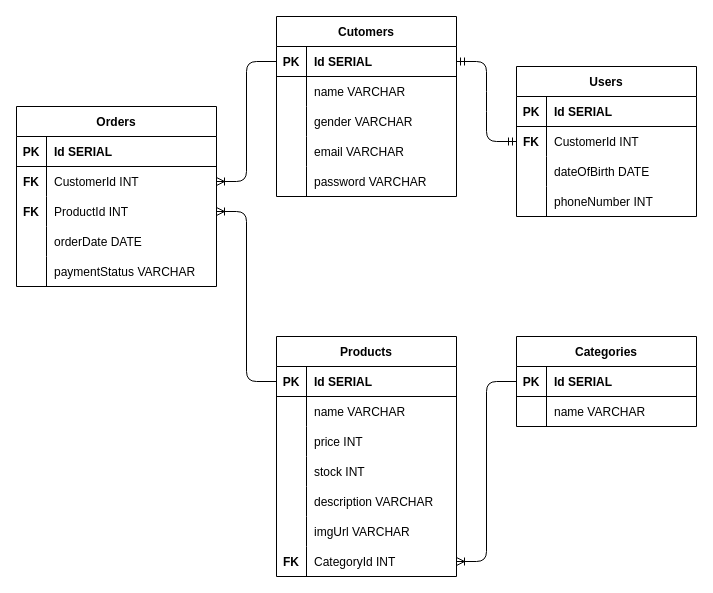
Above: E-Commerce.dio in Zaim73/PP_E-Commerce (draw.io), before the change. Source tidied: cells renumbered, new cells numbered last; positions are measured from the earlier drawing's top-left corner, leaving out a move shared by most shapes. Both pictures are drawn from the tidied source at 100%, with x=0, y=0 at pixel (16, 16).
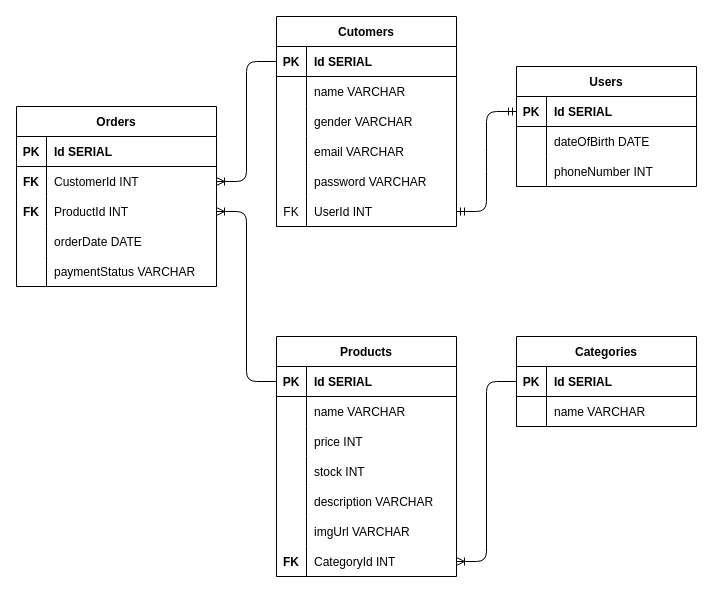
After the change.

Unchanged cells that the change refers to:
```xml
<mxCell id="25" style="shape=tableRow;horizontal=0;startSize=0;swimlaneHead=0;swimlaneBody=0;fillColor=none;points=[[0,0.5],[1,0.5]];portConstraint=eastwest;top=0;left=0;right=0;bottom=1;" parent="24" vertex="1">
  <mxGeometry y="30" width="180" height="30" as="geometry" />
</mxCell>
<mxCell id="55" style="shape=tableRow;horizontal=0;startSize=0;swimlaneHead=0;swimlaneBody=0;fillColor=none;points=[[0,0.5],[1,0.5]];portConstraint=eastwest;top=0;left=0;right=0;bottom=1;" parent="54" vertex="1">
  <mxGeometry y="30" width="180" height="30" as="geometry" />
</mxCell>
```

Diff of the diagram source:
```diff
@@
     <mxCell id="24" value="Users" style="shape=table;startSize=30;childLayout=tableLayout;rowLines=0;fontStyle=1;align=center;" parent="1" vertex="1">
-      <mxGeometry x="500" y="50" width="180" height="150" as="geometry" />
+      <mxGeometry x="500" y="50" width="180" height="120" as="geometry" />
     </mxCell>
@@
-    <mxCell id="28" style="shape=tableRow;horizontal=0;startSize=0;swimlaneHead=0;swimlaneBody=0;fillColor=none;points=[[0,0.5],[1,0.5]];portConstraint=eastwest;top=0;left=0;right=0;bottom=0;" parent="24" vertex="1">
-      <mxGeometry y="60" width="180" height="30" as="geometry" />
-    </mxCell>
-    <mxCell id="29" value="FK" style="shape=partialRectangle;fillColor=none;top=0;left=0;bottom=0;right=0;overflow=hidden;fontStyle=1;" parent="28" vertex="1">
-      <mxGeometry width="30" height="30" as="geometry" />
-    </mxCell>
-    <mxCell id="30" value="CustomerId INT" style="shape=partialRectangle;fillColor=none;top=0;left=0;bottom=0;right=0;align=left;spacingLeft=6;overflow=hidden;" parent="28" vertex="1">
-      <mxGeometry x="30" width="150" height="30" as="geometry" />
-    </mxCell>
     <mxCell id="31" style="shape=tableRow;horizontal=0;startSize=0;swimlaneHead=0;swimlaneBody=0;fillColor=none;top=0;left=0;right=0;bottom=0;" parent="24" vertex="1">
-      <mxGeometry y="90" width="180" height="30" as="geometry" />
+      <mxGeometry y="60" width="180" height="30" as="geometry" />
     </mxCell>
@@
     <mxCell id="34" style="shape=tableRow;horizontal=0;startSize=0;swimlaneHead=0;swimlaneBody=0;fillColor=none;top=0;left=0;right=0;bottom=0;" parent="24" vertex="1">
-      <mxGeometry y="120" width="180" height="30" as="geometry" />
+      <mxGeometry y="90" width="180" height="30" as="geometry" />
     </mxCell>
@@
     <mxCell id="54" value="Cutomers" style="shape=table;startSize=30;childLayout=tableLayout;rowLines=0;fontStyle=1;align=center;" parent="1" vertex="1">
-      <mxGeometry x="260" width="180" height="180" as="geometry" />
+      <mxGeometry x="260" width="180" height="210" as="geometry" />
     </mxCell>
@@
+    <mxCell id="80" style="shape=tableRow;horizontal=0;startSize=0;swimlaneHead=0;swimlaneBody=0;fillColor=none;points=[[0,0.5],[1,0.5]];portConstraint=eastwest;top=0;left=0;right=0;bottom=0;" parent="54" vertex="1">
+      <mxGeometry y="180" width="180" height="30" as="geometry" />
+    </mxCell>
+    <mxCell id="29" value="FK" style="shape=partialRectangle;fillColor=none;top=0;left=0;bottom=0;right=0;overflow=hidden;" parent="80" vertex="1">
+      <mxGeometry width="30" height="30" as="geometry" />
+    </mxCell>
+    <mxCell id="81" value="UserId INT" style="shape=partialRectangle;fillColor=none;top=0;left=0;bottom=0;right=0;align=left;spacingLeft=6;overflow=hidden;" parent="80" vertex="1">
+      <mxGeometry x="30" width="150" height="30" as="geometry" />
+    </mxCell>
-    <mxCell id="70" style="edgeStyle=entityRelationEdgeStyle;fontSize=12;html=1;endArrow=ERmandOne;startArrow=ERmandOne;entryX=0;entryY=0.5;entryDx=0;entryDy=0;exitX=1;exitY=0.5;exitDx=0;exitDy=0;" parent="1" edge="1" source="55" target="28">
+    <mxCell id="70" style="edgeStyle=entityRelationEdgeStyle;fontSize=12;html=1;endArrow=ERmandOne;startArrow=ERmandOne;entryX=0;entryY=0.5;entryDx=0;entryDy=0;exitX=1;exitY=0.5;exitDx=0;exitDy=0;" parent="1" edge="1" source="80" target="25">
       <mxGeometry relative="1" as="geometry" />
     </mxCell>
```
